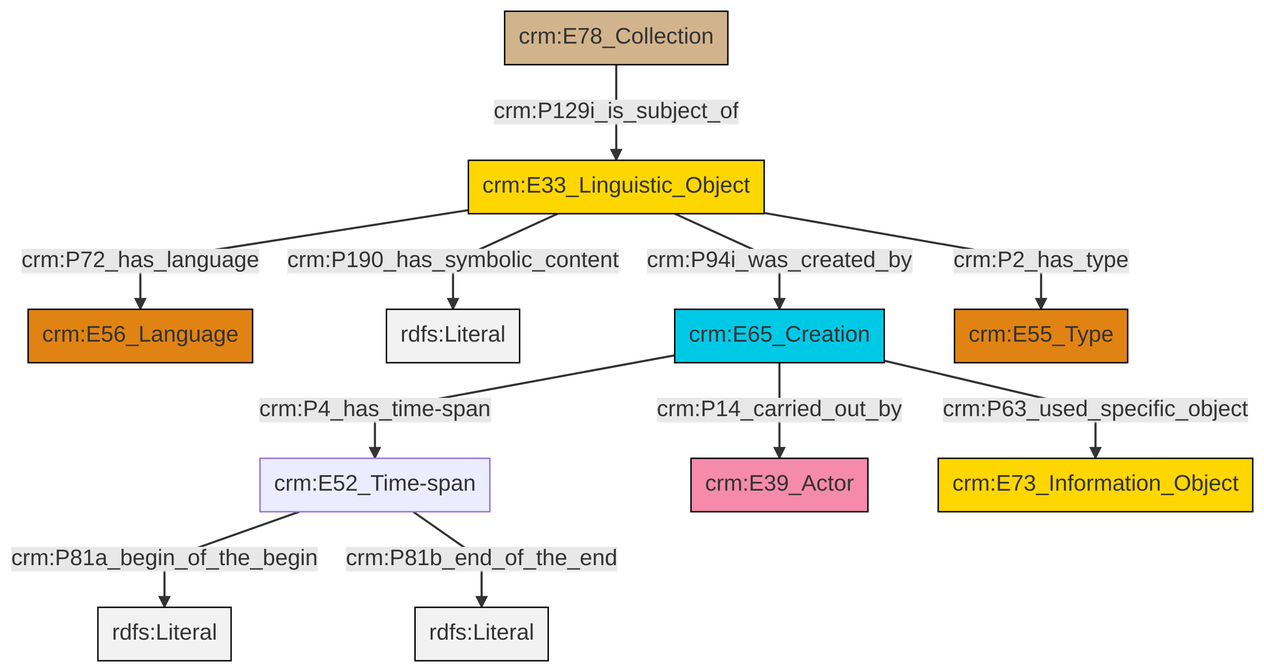
This is et/archivalCSV/ttl/mmd/png/archival_desc.png from swiss-art-research-net/docs.swissartresearch, a Mermaid export, as it was before one commit. Its source is kept beside it as et/archivalCSV/ttl/mmd/archival_desc.ttl.mmd.
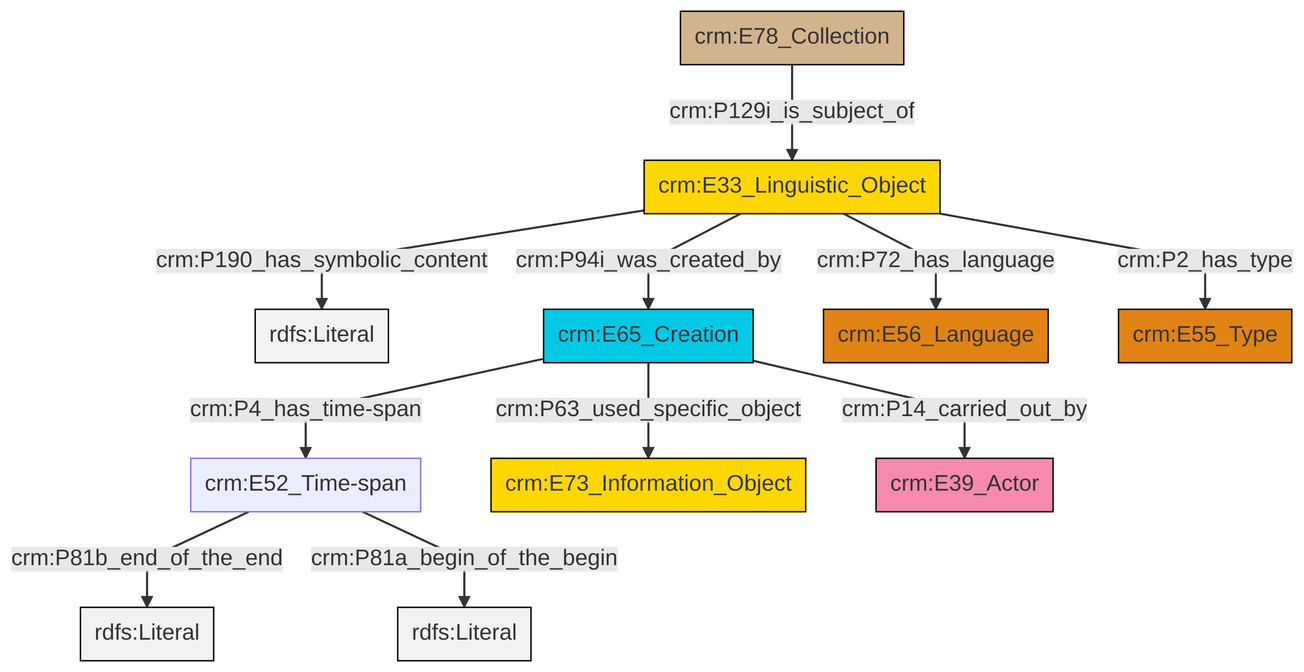
Above is the later version.

Change to the diagram source:
```diff
@@ -13,13 +13,13 @@
 classDef PC_Classes fill:#4ce600, stroke:#000000;
 classDef Multi fill:#cccccc,stroke:#000000;
 
-0["crm:E52_Time-span"]:::Default -->|crm:P81a_begin_of_the_begin| 1[rdfs:Literal]:::Literal
-5["crm:E33_Linguistic_Object"]:::Conceptual_Object -->|crm:P190_has_symbolic_content| 6[rdfs:Literal]:::Literal
-7["crm:E65_Creation"]:::Temporal_Entity -->|crm:P4_has_time-span| 0["crm:E52_Time-span"]:::Default
-0["crm:E52_Time-span"]:::Default -->|crm:P81b_end_of_the_end| 8[rdfs:Literal]:::Literal
-5["crm:E33_Linguistic_Object"]:::Conceptual_Object -->|crm:P94i_was_created_by| 7["crm:E65_Creation"]:::Temporal_Entity
-7["crm:E65_Creation"]:::Temporal_Entity -->|crm:P14_carried_out_by| 9["crm:E39_Actor"]:::Actor
-5["crm:E33_Linguistic_Object"]:::Conceptual_Object -->|crm:P72_has_language| 3["crm:E56_Language"]:::Type
-7["crm:E65_Creation"]:::Temporal_Entity -->|crm:P63_used_specific_object| 13["crm:E73_Information_Object"]:::Conceptual_Object
-5["crm:E33_Linguistic_Object"]:::Conceptual_Object -->|crm:P2_has_type| 10["crm:E55_Type"]:::Type
-14["crm:E78_Collection"]:::Physical_Thing -->|crm:P129i_is_subject_of| 5["crm:E33_Linguistic_Object"]:::Conceptual_Object
+0["crm:E33_Linguistic_Object"]:::Conceptual_Object -->|crm:P190_has_symbolic_content| 1[rdfs:Literal]:::Literal
+2["crm:E65_Creation"]:::Temporal_Entity -->|crm:P4_has_time-span| 3["crm:E52_Time-span"]:::Default
+10["crm:E78_Collection"]:::Physical_Thing -->|crm:P129i_is_subject_of| 0["crm:E33_Linguistic_Object"]:::Conceptual_Object
+0["crm:E33_Linguistic_Object"]:::Conceptual_Object -->|crm:P72_has_language| 4["crm:E56_Language"]:::Type
+2["crm:E65_Creation"]:::Temporal_Entity -->|crm:P14_carried_out_by| 12["crm:E39_Actor"]:::Actor
+2["crm:E65_Creation"]:::Temporal_Entity -->|crm:P63_used_specific_object| 6["crm:E73_Information_Object"]:::Conceptual_Object
+0["crm:E33_Linguistic_Object"]:::Conceptual_Object -->|crm:P94i_was_created_by| 2["crm:E65_Creation"]:::Temporal_Entity
+3["crm:E52_Time-span"]:::Default -->|crm:P81b_end_of_the_end| 15[rdfs:Literal]:::Literal
+3["crm:E52_Time-span"]:::Default -->|crm:P81a_begin_of_the_begin| 16[rdfs:Literal]:::Literal
+0["crm:E33_Linguistic_Object"]:::Conceptual_Object -->|crm:P2_has_type| 17["crm:E55_Type"]:::Type
```
